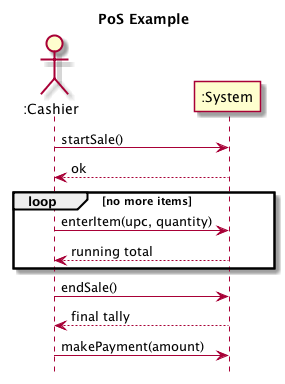
Earlier version of the PlantUML export Lectures/FSystemSequenceDiagramExample.png (bth-dipt-teaching/PA1458-OO-Design).
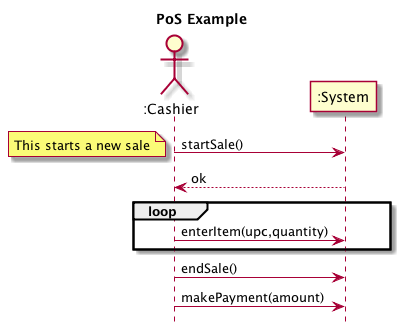
Above is the later version.

The edit, as a diff of the source:
```diff
@@ -1,17 +1,15 @@
 @startuml
 hide footbox
 title PoS Example
-
 actor ":Cashier" as cashier
 participant ":System" as system
 
 cashier -> system : startSale()
+note left: This starts a new sale
 system --> cashier : ok
-loop no more items
-cashier -> system : enterItem(upc, quantity)
-system --> cashier : running total
+loop
+cashier -> system : enterItem(upc,quantity)
 end
 cashier -> system : endSale()
-system --> cashier : final tally
 cashier -> system : makePayment(amount)
 @enduml
```
